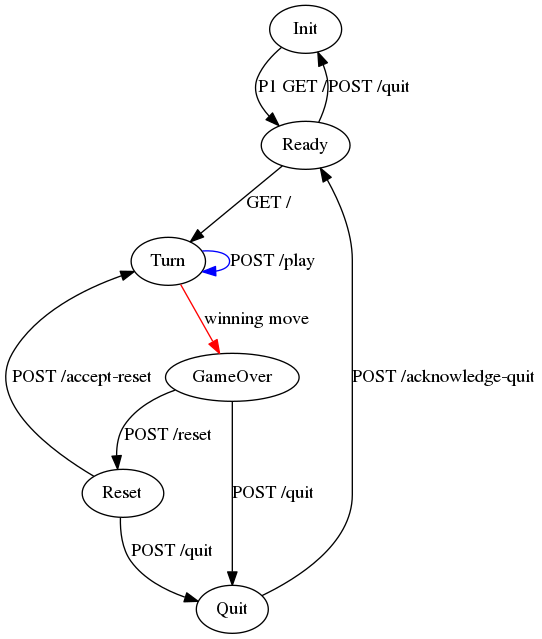
Before: doc/finite-state-machine.png, a diagram exported from Graphviz (lj-ditrapani/tic-tac-toe). Its source is kept beside it as doc/finite-state-machine.dot.
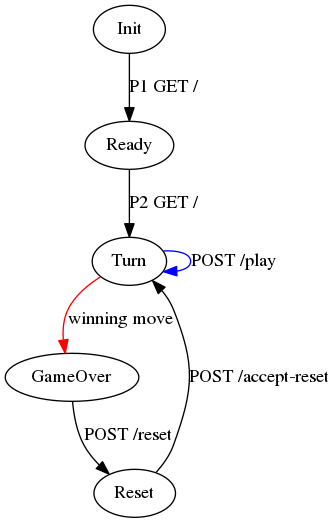
After the commit.

What changed in the source:
```diff
@@ -1,12 +1,8 @@
 digraph {
 Init -> Ready[label="P1 GET /"];
-Ready -> Turn[label="GET /"];
-Ready -> Init[label="POST /quit"];
+Ready -> Turn[label="P2 GET /"];
 Turn -> Turn[label="POST /play", color="blue"];
 Turn -> GameOver[label="winning move", color="red"];
 GameOver -> Reset[label="POST /reset"];
-GameOver -> Quit[label="POST /quit"];
 Reset -> Turn[label="POST /accept-reset"];
-Reset -> Quit[label="POST /quit"];
-Quit -> Ready[label="POST /acknowledge-quit"];
 }
```
